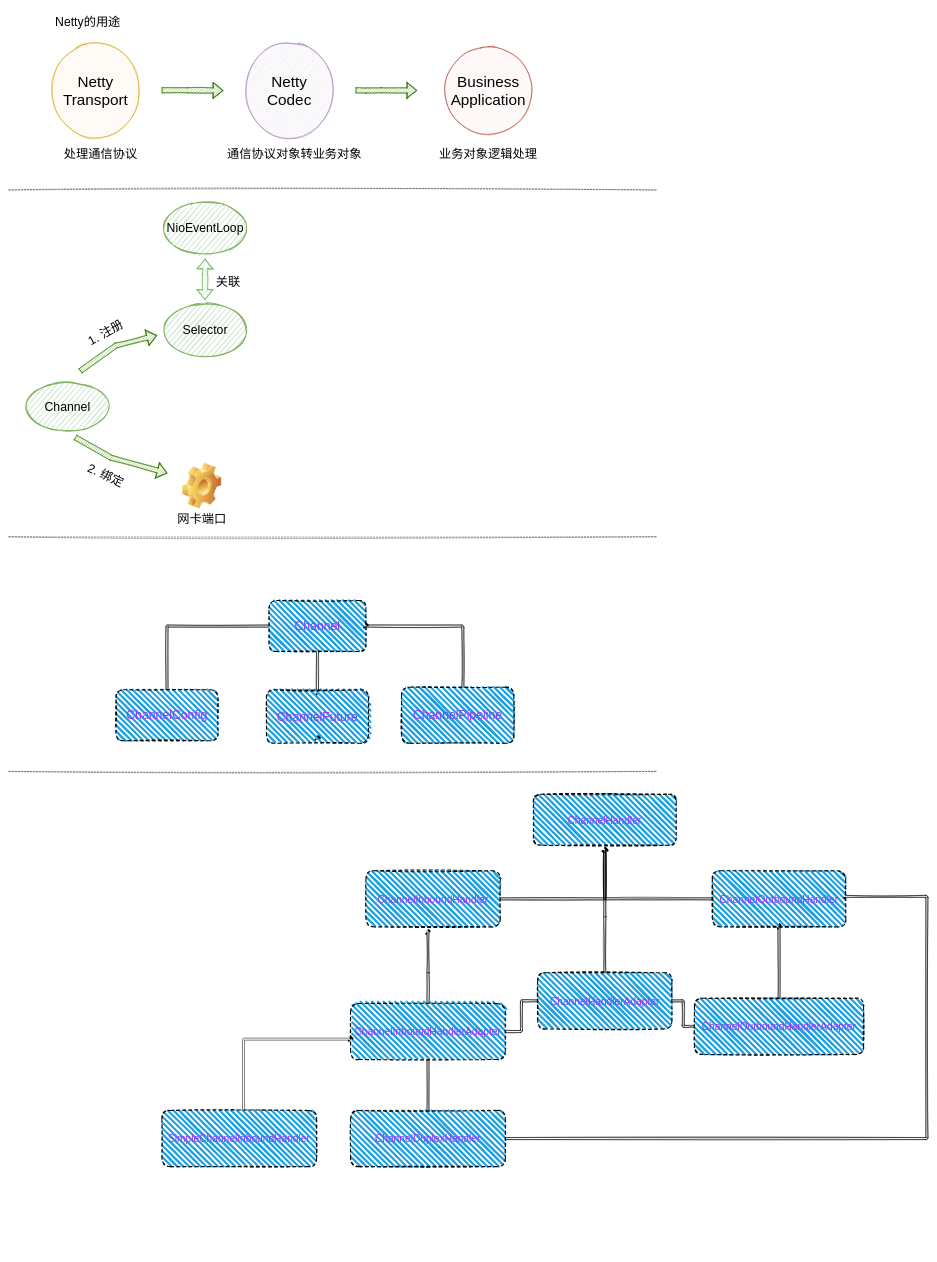
Earlier version of the draw.io diagram netty.drawio (dimdark/my-drawio). Source tidied: cells renumbered, new cells numbered last; positions are measured from the earlier drawing's top-left corner, leaving out a move shared by most shapes. Both pictures are drawn from the tidied source at 51%, with x=0, y=0 at pixel (9, 9).
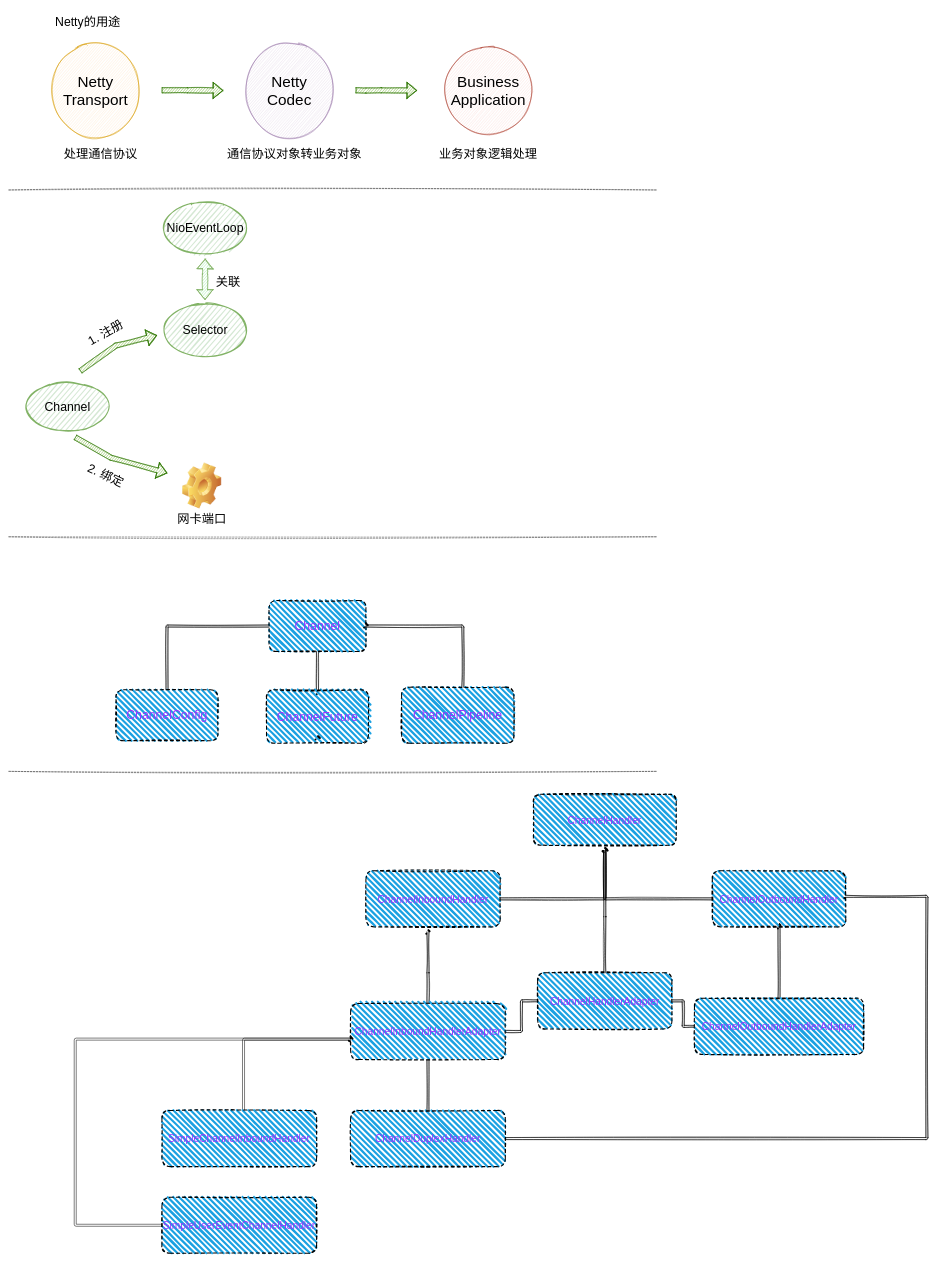
The same diagram, later.

What changed in the source:
```diff
@@
+    <mxCell id="59" style="edgeStyle=orthogonalEdgeStyle;shape=link;curved=0;rounded=1;sketch=0;jettySize=auto;html=1;fontColor=#46495D;strokeColor=#000000;strokeWidth=1;fillColor=#B2C9AB;" parent="1" edge="1" source="60" target="61">
+      <mxGeometry relative="1" as="geometry">
+        <Array as="points">
+          <mxPoint x="130" y="2385" />
+          <mxPoint x="130" y="2020" />
+        </Array>
+      </mxGeometry>
+    </mxCell>
+    <mxCell id="60" value="&lt;font color=&quot;#9933ff&quot; style=&quot;font-size: 20px;&quot;&gt;SimpleUserEventChannelHandler&lt;/font&gt;" style="rounded=1;whiteSpace=wrap;html=1;strokeWidth=2;fillWeight=4;hachureGap=8;hachureAngle=45;fillColor=#1ba1e2;sketch=1;shadow=0;dashed=1;fontSize=20;" parent="1" vertex="1">
+      <mxGeometry x="300" y="2330" width="303.3" height="110" as="geometry" />
+    </mxCell>
+    <mxCell id="61" style="shape=waypoint;sketch=1;size=6;points=[];fillColor=#1ba1e2;perimeter=centerPerimeter;snapToPoint=1;fontSize=20;rounded=1;strokeWidth=2;fillWeight=4;hachureGap=8;hachureAngle=45;shadow=0;dashed=1;" parent="1" vertex="1">
+      <mxGeometry x="650" y="2000" width="40" height="40" as="geometry" />
+    </mxCell>
```
